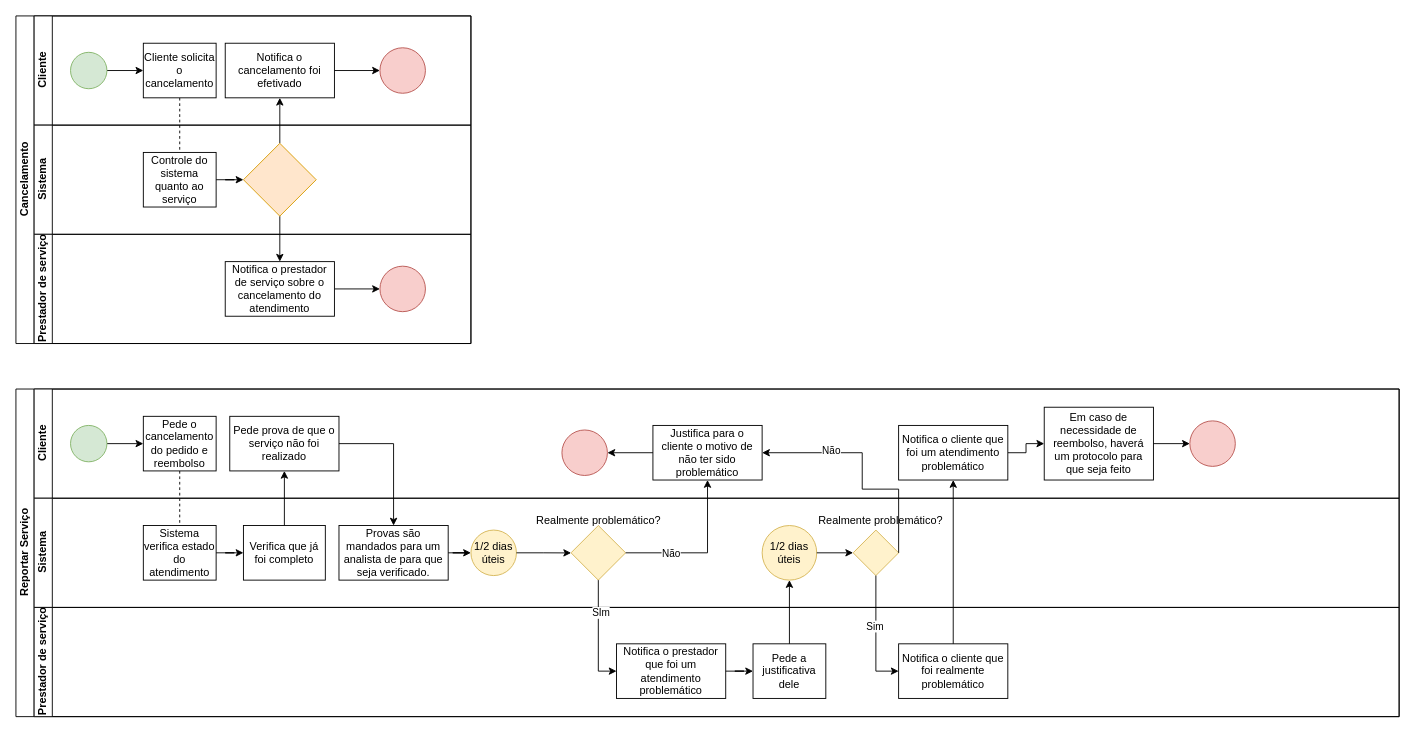
Before: Cancelamento.drawio in wholocked1/projeto_eng_software_041, a draw.io diagram. Source tidied: cells renumbered, new cells numbered last; positions are measured from the earlier drawing's top-left corner, leaving out a move shared by most shapes. Both pictures are drawn from the tidied source at 91%, with x=0, y=0 at pixel (15, 15).
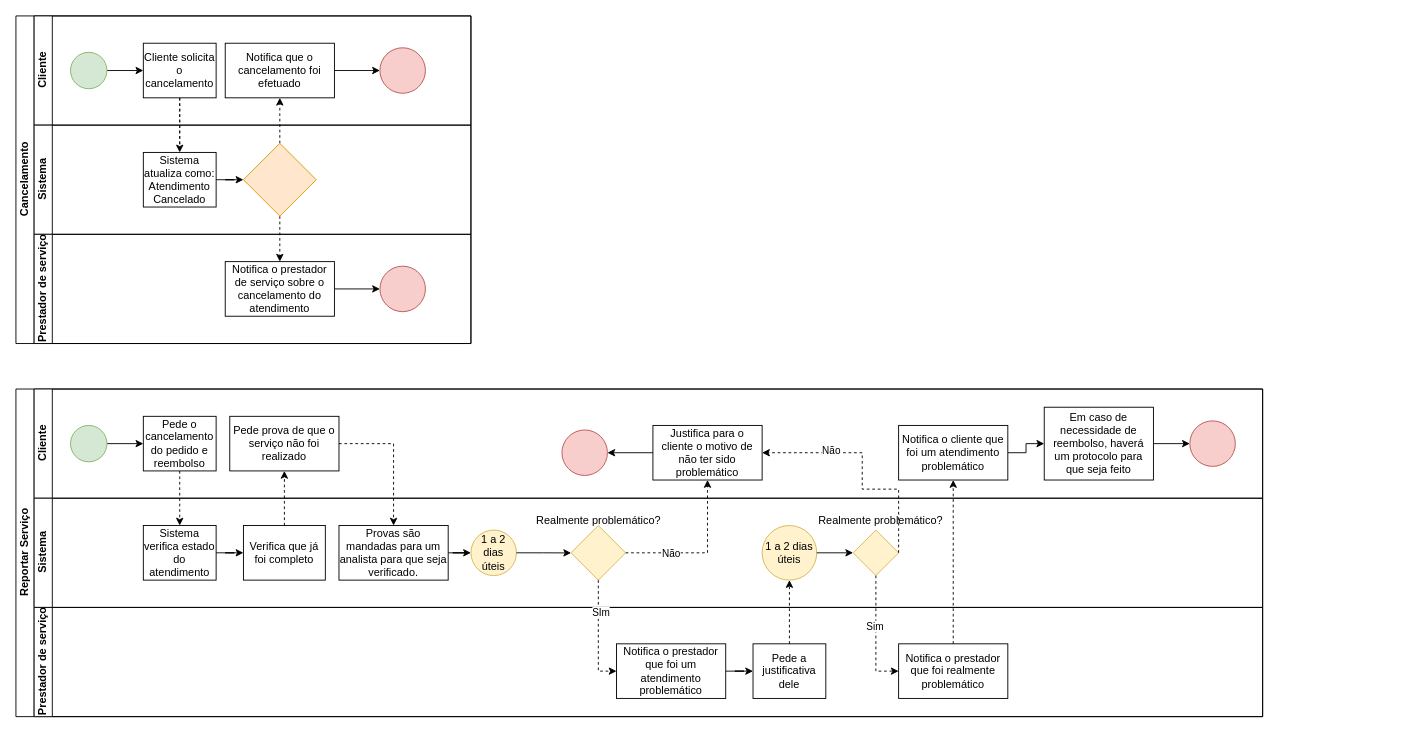
After the change.

Unchanged cells that the change refers to:
```xml
<mxCell id="2" value="Cancelamento" style="swimlane;html=1;horizontal=0;startSize=20;" parent="1" vertex="1">
  <mxGeometry width="500" height="360" as="geometry" />
</mxCell>
<mxCell id="4" value="Cliente" style="swimlane;html=1;startSize=20;horizontal=0;" parent="2" vertex="1">
  <mxGeometry x="20" width="480" height="120" as="geometry" />
</mxCell>
<mxCell id="7" value="Cliente solicita o cancelamento" style="rounded=0;whiteSpace=wrap;html=1;fontFamily=Helvetica;fontSize=12;fontColor=#000000;align=center;" parent="4" vertex="1">
  <mxGeometry x="120" y="30" width="80" height="60" as="geometry" />
</mxCell>
<mxCell id="11" value="Sistema" style="swimlane;html=1;startSize=20;horizontal=0;" parent="2" vertex="1">
  <mxGeometry x="20" y="120" width="480" height="120" as="geometry" />
</mxCell>
<mxCell id="15" value="Notifica o prestador de serviço sobre o cancelamento do atendimento" style="rounded=0;whiteSpace=wrap;html=1;" parent="13" vertex="1">
  <mxGeometry x="210" y="30" width="120" height="60" as="geometry" />
</mxCell>
<mxCell id="22" value="Pede o cancelamento do pedido e reembolso" style="rounded=0;whiteSpace=wrap;html=1;fontFamily=Helvetica;fontSize=12;fontColor=#000000;align=center;" parent="19" vertex="1">
  <mxGeometry x="120" y="30" width="80" height="60" as="geometry" />
</mxCell>
<mxCell id="23" value="Pede prova de que o serviço não foi realizado" style="rounded=0;whiteSpace=wrap;html=1;" parent="19" vertex="1">
  <mxGeometry x="215" y="30" width="120" height="60" as="geometry" />
</mxCell>
<mxCell id="24" value="Justifica para o cliente o motivo de não ter sido problemático" style="rounded=0;whiteSpace=wrap;html=1;" parent="19" vertex="1">
  <mxGeometry x="680" y="40" width="120" height="60" as="geometry" />
</mxCell>
<mxCell id="31" value="Sistema verifica estado do atendimento" style="rounded=0;whiteSpace=wrap;html=1;fontFamily=Helvetica;fontSize=12;fontColor=#000000;align=center;" parent="30" vertex="1">
  <mxGeometry x="120" y="30" width="80" height="60" as="geometry" />
</mxCell>
<mxCell id="32" value="Verifica que já foi completo" style="rounded=0;whiteSpace=wrap;html=1;" parent="30" vertex="1">
  <mxGeometry x="230" y="30" width="90" height="60" as="geometry" />
</mxCell>
<mxCell id="38" style="rhombus;whiteSpace=wrap;html=1;fillColor=#fff2cc;strokeColor=#d6b656;" parent="30" vertex="1">
  <mxGeometry x="590" y="30" width="60" height="60" as="geometry" />
</mxCell>
<mxCell id="42" style="rhombus;whiteSpace=wrap;html=1;fillColor=#fff2cc;strokeColor=#d6b656;" parent="30" vertex="1">
  <mxGeometry x="900" y="35" width="50" height="50" as="geometry" />
</mxCell>
<mxCell id="45" value="Notifica o prestador que foi um atendimento problemático" style="rounded=0;whiteSpace=wrap;html=1;" parent="44" vertex="1">
  <mxGeometry x="640" y="40" width="120" height="60" as="geometry" />
</mxCell>
<mxCell id="46" value="Pede a justificativa dele" style="rounded=0;whiteSpace=wrap;html=1;" parent="44" vertex="1">
  <mxGeometry x="790" y="40" width="80" height="60" as="geometry" />
</mxCell>
<mxCell id="62" style="rhombus;whiteSpace=wrap;html=1;fillColor=#ffe6cc;strokeColor=#d79b00;" parent="1" vertex="1">
  <mxGeometry x="250" y="140" width="80" height="80" as="geometry" />
</mxCell>
<mxCell id="65" value="Notifica o cliente que foi um atendimento problemático" style="rounded=0;whiteSpace=wrap;html=1;" parent="1" vertex="1">
  <mxGeometry x="970" y="450" width="120" height="60" as="geometry" />
</mxCell>
```

What changed in the source:
```diff
@@
-    <mxCell id="8" value="Notifica o cancelamento foi efetivado" style="rounded=0;whiteSpace=wrap;html=1;" parent="4" vertex="1">
+    <mxCell id="8" value="Notifica que o cancelamento foi efetuado" style="rounded=0;whiteSpace=wrap;html=1;" parent="4" vertex="1">
       <mxGeometry x="210" y="30" width="120" height="60" as="geometry" />
     </mxCell>
@@
-    <mxCell id="12" value="Controle do sistema quanto ao serviço" style="rounded=0;whiteSpace=wrap;html=1;fontFamily=Helvetica;fontSize=12;fontColor=#000000;align=center;" parent="11" vertex="1">
+    <mxCell id="12" value="Sistema atualiza como: Atendimento Cancelado" style="rounded=0;whiteSpace=wrap;html=1;fontFamily=Helvetica;fontSize=12;fontColor=#000000;align=center;" parent="11" vertex="1">
       <mxGeometry x="120" y="30" width="80" height="60" as="geometry" />
     </mxCell>
@@
+    <mxCell id="67" style="edgeStyle=orthogonalEdgeStyle;rounded=0;jettySize=auto;html=1;dashed=1;" parent="2" edge="1" source="7" target="12">
+      <mxGeometry relative="1" as="geometry" />
+    </mxCell>
     <mxCell id="17" value="Reportar Serviço" style="swimlane;html=1;horizontal=0;startSize=20;" parent="1" vertex="1">
-      <mxGeometry y="410" width="1520" height="360" as="geometry" />
+      <mxGeometry y="410" width="1370" height="360" as="geometry" />
     </mxCell>
-    <mxCell id="18" style="edgeStyle=orthogonalEdgeStyle;rounded=0;jettySize=auto;html=1;dashed=1;endArrow=none;endFill=0;" parent="17" edge="1" source="22" target="31">
-      <mxGeometry relative="1" as="geometry" />
-    </mxCell>
     <mxCell id="19" value="Cliente" style="swimlane;html=1;startSize=20;horizontal=0;" parent="17" vertex="1">
-      <mxGeometry x="20" width="1500" height="120" as="geometry" />
+      <mxGeometry x="20" width="1350" height="120" as="geometry" />
     </mxCell>
@@
     <mxCell id="30" value="Sistema" style="swimlane;html=1;startSize=20;horizontal=0;" parent="17" vertex="1">
-      <mxGeometry x="20" y="120" width="1500" height="120" as="geometry" />
+      <mxGeometry x="20" y="120" width="1350" height="120" as="geometry" />
     </mxCell>
@@
-    <mxCell id="34" value="Provas são mandados para um analista de para que seja verificado." style="rounded=0;whiteSpace=wrap;html=1;" parent="30" vertex="1">
+    <mxCell id="34" value="Provas são mandadas para um analista para que seja verificado." style="rounded=0;whiteSpace=wrap;html=1;" parent="30" vertex="1">
       <mxGeometry x="335" y="30" width="120" height="60" as="geometry" />
     </mxCell>
-    <mxCell id="35" value="1/2 dias úteis" style="ellipse;whiteSpace=wrap;html=1;fillColor=#fff2cc;strokeColor=#d6b656;" parent="30" vertex="1">
+    <mxCell id="35" value="1 a 2 dias úteis" style="ellipse;whiteSpace=wrap;html=1;fillColor=#fff2cc;strokeColor=#d6b656;" parent="30" vertex="1">
       <mxGeometry x="480" y="35" width="50" height="50" as="geometry" />
     </mxCell>
@@
-    <mxCell id="40" value="1/2 dias úteis" style="ellipse;whiteSpace=wrap;html=1;fillColor=#fff2cc;strokeColor=#d6b656;" parent="30" vertex="1">
+    <mxCell id="40" value="1 a 2 dias úteis" style="ellipse;whiteSpace=wrap;html=1;fillColor=#fff2cc;strokeColor=#d6b656;" parent="30" vertex="1">
       <mxGeometry x="800" y="30" width="60" height="60" as="geometry" />
     </mxCell>
@@
     <mxCell id="44" value="Prestador de serviço" style="swimlane;html=1;startSize=20;horizontal=0;" parent="17" vertex="1">
-      <mxGeometry x="20" y="240" width="1500" height="120" as="geometry" />
+      <mxGeometry x="20" y="240" width="1350" height="120" as="geometry" />
     </mxCell>
@@
-    <mxCell id="48" value="Notifica o cliente que foi realmente problemático" style="rounded=0;whiteSpace=wrap;html=1;" parent="44" vertex="1">
+    <mxCell id="48" value="Notifica o prestador que foi realmente problemático" style="rounded=0;whiteSpace=wrap;html=1;" parent="44" vertex="1">
       <mxGeometry x="950" y="40" width="120" height="60" as="geometry" />
     </mxCell>
-    <mxCell id="49" style="edgeStyle=orthogonalEdgeStyle;rounded=0;jettySize=auto;html=1;exitX=0.5;exitY=0;exitDx=0;exitDy=0;" parent="17" edge="1" source="32" target="23">
+    <mxCell id="49" style="edgeStyle=orthogonalEdgeStyle;rounded=0;jettySize=auto;html=1;exitX=0.5;exitY=0;exitDx=0;exitDy=0;dashed=1;" parent="17" edge="1" source="32" target="23">
       <mxGeometry relative="1" as="geometry" />
     </mxCell>
-    <mxCell id="50" style="edgeStyle=orthogonalEdgeStyle;rounded=0;jettySize=auto;html=1;exitX=1;exitY=0.5;exitDx=0;exitDy=0;" parent="17" edge="1" source="23" target="34">
+    <mxCell id="50" style="edgeStyle=orthogonalEdgeStyle;rounded=0;jettySize=auto;html=1;exitX=1;exitY=0.5;exitDx=0;exitDy=0;dashed=1;" parent="17" edge="1" source="23" target="34">
       <mxGeometry relative="1" as="geometry" />
     </mxCell>
-    <mxCell id="51" style="edgeStyle=orthogonalEdgeStyle;rounded=0;jettySize=auto;html=1;exitX=1;exitY=0.5;exitDx=0;exitDy=0;" parent="17" edge="1" source="38" target="24">
+    <mxCell id="51" style="edgeStyle=orthogonalEdgeStyle;rounded=0;jettySize=auto;html=1;exitX=1;exitY=0.5;exitDx=0;exitDy=0;dashed=1;" parent="17" edge="1" source="38" target="24">
       <mxGeometry relative="1" as="geometry" />
     </mxCell>
@@
-    <mxCell id="53" style="edgeStyle=orthogonalEdgeStyle;rounded=0;jettySize=auto;html=1;exitX=0.5;exitY=1;exitDx=0;exitDy=0;entryX=0;entryY=0.5;entryDx=0;entryDy=0;" parent="17" edge="1" source="38" target="45">
+    <mxCell id="53" style="edgeStyle=orthogonalEdgeStyle;rounded=0;jettySize=auto;html=1;exitX=0.5;exitY=1;exitDx=0;exitDy=0;entryX=0;entryY=0.5;entryDx=0;entryDy=0;dashed=1;" parent="17" edge="1" source="38" target="45">
       <mxGeometry relative="1" as="geometry">
         <Array as="points">
           <mxPoint x="640" y="310" />
         </Array>
       </mxGeometry>
     </mxCell>
@@
-    <mxCell id="55" style="edgeStyle=orthogonalEdgeStyle;rounded=0;jettySize=auto;html=1;exitX=0.5;exitY=0;exitDx=0;exitDy=0;" parent="17" edge="1" source="46" target="40">
+    <mxCell id="55" style="edgeStyle=orthogonalEdgeStyle;rounded=0;jettySize=auto;html=1;exitX=0.5;exitY=0;exitDx=0;exitDy=0;dashed=1;" parent="17" edge="1" source="46" target="40">
       <mxGeometry relative="1" as="geometry" />
     </mxCell>
-    <mxCell id="56" style="edgeStyle=orthogonalEdgeStyle;rounded=0;jettySize=auto;html=1;exitX=0.5;exitY=1;exitDx=0;exitDy=0;" parent="17" edge="1" source="42" target="48">
+    <mxCell id="56" style="edgeStyle=orthogonalEdgeStyle;rounded=0;jettySize=auto;html=1;exitX=0.5;exitY=1;exitDx=0;exitDy=0;dashed=1;" parent="17" edge="1" source="42" target="48">
       <mxGeometry relative="1" as="geometry">
         <Array as="points">
           <mxPoint x="945" y="310" />
         </Array>
       </mxGeometry>
     </mxCell>
@@
-    <mxCell id="58" style="edgeStyle=orthogonalEdgeStyle;rounded=0;jettySize=auto;html=1;exitX=1;exitY=0.5;exitDx=0;exitDy=0;entryX=1;entryY=0.5;entryDx=0;entryDy=0;" parent="17" edge="1" source="42" target="24">
+    <mxCell id="58" style="edgeStyle=orthogonalEdgeStyle;rounded=0;jettySize=auto;html=1;exitX=1;exitY=0.5;exitDx=0;exitDy=0;entryX=1;entryY=0.5;entryDx=0;entryDy=0;dashed=1;" parent="17" edge="1" source="42" target="24">
       <mxGeometry relative="1" as="geometry">
         <Array as="points">
           <mxPoint x="970" y="110" />
           <mxPoint x="930" y="110" />
           <mxPoint x="930" y="70" />
         </Array>
       </mxGeometry>
     </mxCell>
@@
+    <mxCell id="18" style="edgeStyle=orthogonalEdgeStyle;rounded=0;jettySize=auto;html=1;exitX=0.5;exitY=1;exitDx=0;exitDy=0;entryX=0.5;entryY=0;entryDx=0;entryDy=0;dashed=1;" parent="17" edge="1" source="22" target="31">
+      <mxGeometry relative="1" as="geometry" />
+    </mxCell>
-    <mxCell id="60" style="edgeStyle=orthogonalEdgeStyle;rounded=0;jettySize=auto;html=1;exitX=0.5;exitY=0;exitDx=0;exitDy=0;" parent="1" edge="1" source="62" target="8">
+    <mxCell id="60" style="edgeStyle=orthogonalEdgeStyle;rounded=0;jettySize=auto;html=1;exitX=0.5;exitY=0;exitDx=0;exitDy=0;dashed=1;" parent="1" edge="1" source="62" target="8">
       <mxGeometry relative="1" as="geometry" />
     </mxCell>
-    <mxCell id="61" style="edgeStyle=orthogonalEdgeStyle;rounded=0;jettySize=auto;html=1;exitX=0.5;exitY=1;exitDx=0;exitDy=0;" parent="1" edge="1" source="62" target="15">
+    <mxCell id="61" style="edgeStyle=orthogonalEdgeStyle;rounded=0;jettySize=auto;html=1;exitX=0.5;exitY=1;exitDx=0;exitDy=0;dashed=1;" parent="1" edge="1" source="62" target="15">
       <mxGeometry relative="1" as="geometry" />
     </mxCell>
@@
-    <mxCell id="66" style="edgeStyle=orthogonalEdgeStyle;rounded=0;jettySize=auto;html=1;exitX=0.5;exitY=0;exitDx=0;exitDy=0;" parent="1" edge="1" source="48" target="65">
+    <mxCell id="66" style="edgeStyle=orthogonalEdgeStyle;rounded=0;jettySize=auto;html=1;exitX=0.5;exitY=0;exitDx=0;exitDy=0;dashed=1;" parent="1" edge="1" source="48" target="65">
       <mxGeometry relative="1" as="geometry" />
     </mxCell>
```
